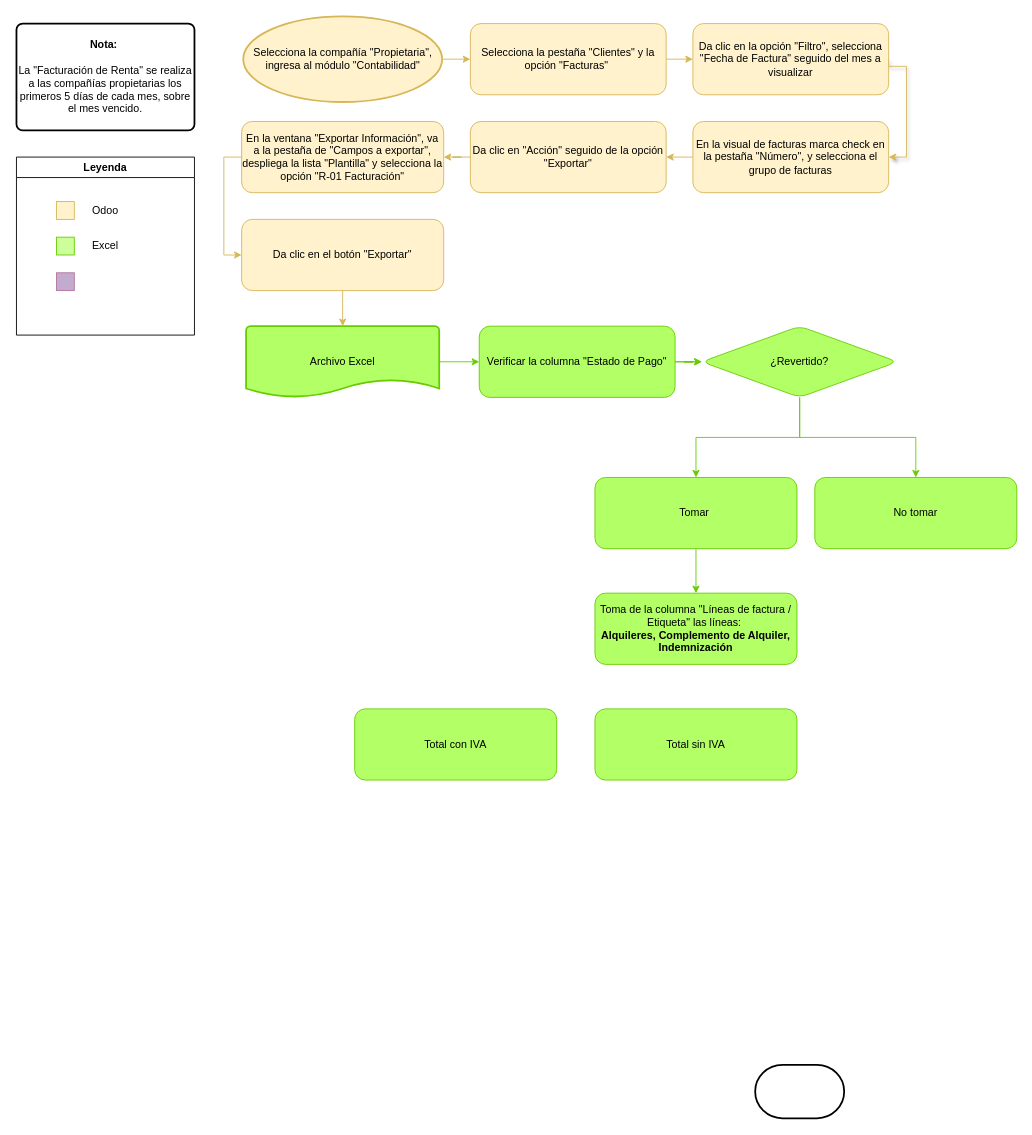
patycodejs/codealo-commerce keeps this draw.io diagram as page "Renta" (1 of 5) of Proceso Indicadores Facturación de Renta.drawio. Above is the earlier version. Source tidied: cells renumbered, new cells numbered last; positions are measured from the earlier drawing's top-left corner, leaving out a move shared by most shapes. Both pictures are drawn from the tidied source at 89%, with x=0, y=0 at pixel (16, 16).
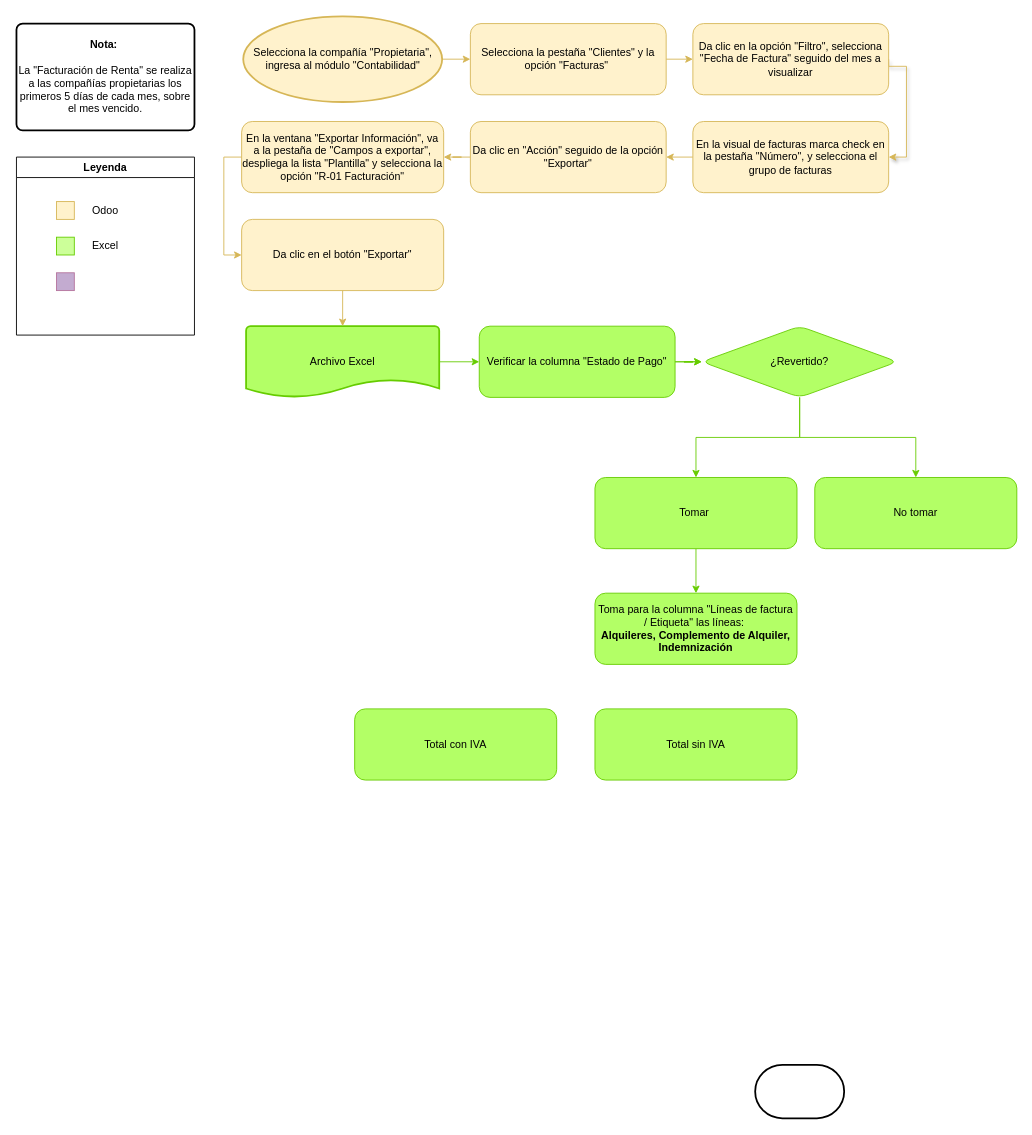
Above is the later version.

Diff of the diagram source:
```diff
@@
-    <mxCell id="36" value="Toma de la columna &quot;Líneas de factura / Etiqueta&quot; las líneas:&amp;nbsp;&lt;div&gt;&lt;b style=&quot;background-color: initial;&quot;&gt;Alquileres, Complemento de Alquiler, Indemnización&lt;/b&gt;&lt;/div&gt;" style="rounded=1;whiteSpace=wrap;html=1;fontSize=12;glass=0;strokeWidth=1;shadow=0;fillColor=#B3FF66;strokeColor=#66CC00;" parent="1" vertex="1">
+    <mxCell id="36" value="Toma para la columna &quot;Líneas de factura / Etiqueta&quot; las líneas:&amp;nbsp;&lt;div&gt;&lt;b style=&quot;background-color: initial;&quot;&gt;Alquileres, Complemento de Alquiler, Indemnización&lt;/b&gt;&lt;/div&gt;" style="rounded=1;whiteSpace=wrap;html=1;fontSize=12;glass=0;strokeWidth=1;shadow=0;fillColor=#B3FF66;strokeColor=#66CC00;" parent="1" vertex="1">
       <mxGeometry x="650" y="648" width="227" height="80" as="geometry" />
     </mxCell>
```
